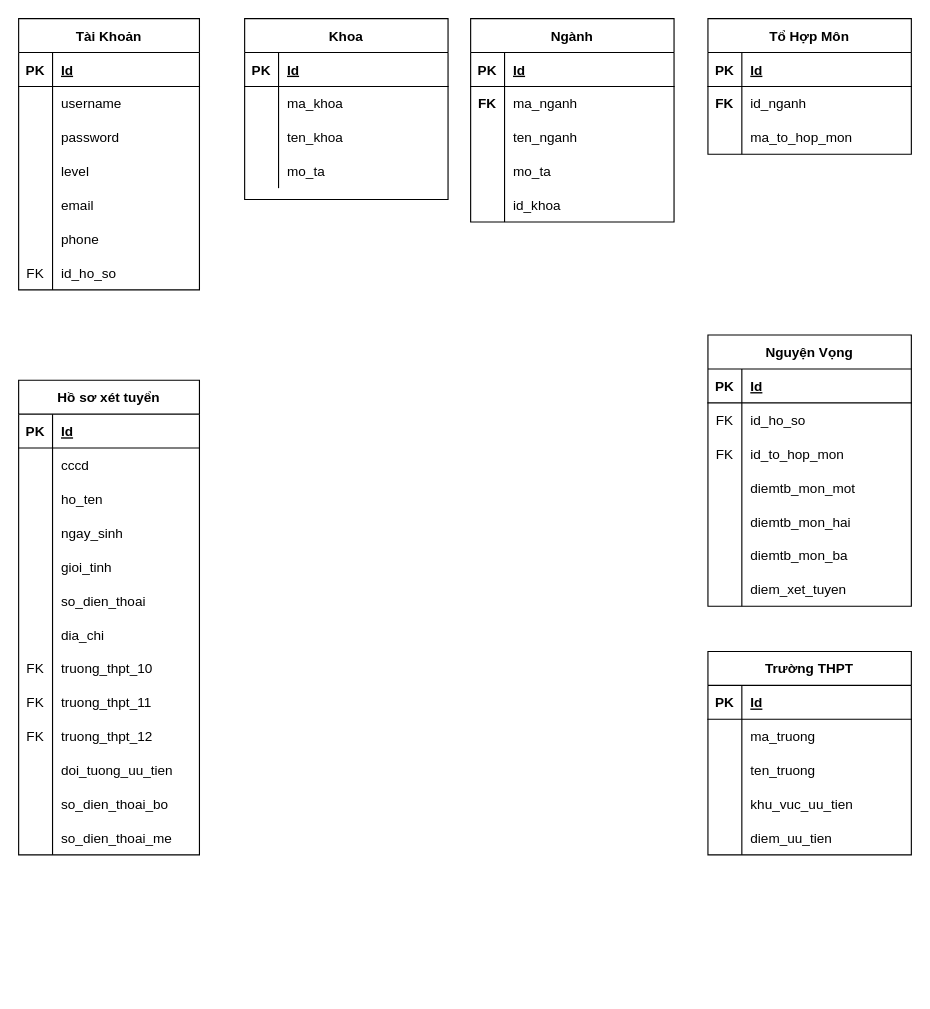
Before: page "Database" (12 of 12) of 1. Bao Cao/DATN.drawio in truongquangkhai99/TrinhVanTu_DATN, a draw.io diagram. Source tidied: cells renumbered, new cells numbered last; positions are measured from the earlier drawing's top-left corner, leaving out a move shared by most shapes. Both pictures are drawn from the tidied source at 113%, with x=0, y=0 at pixel (18, 18).
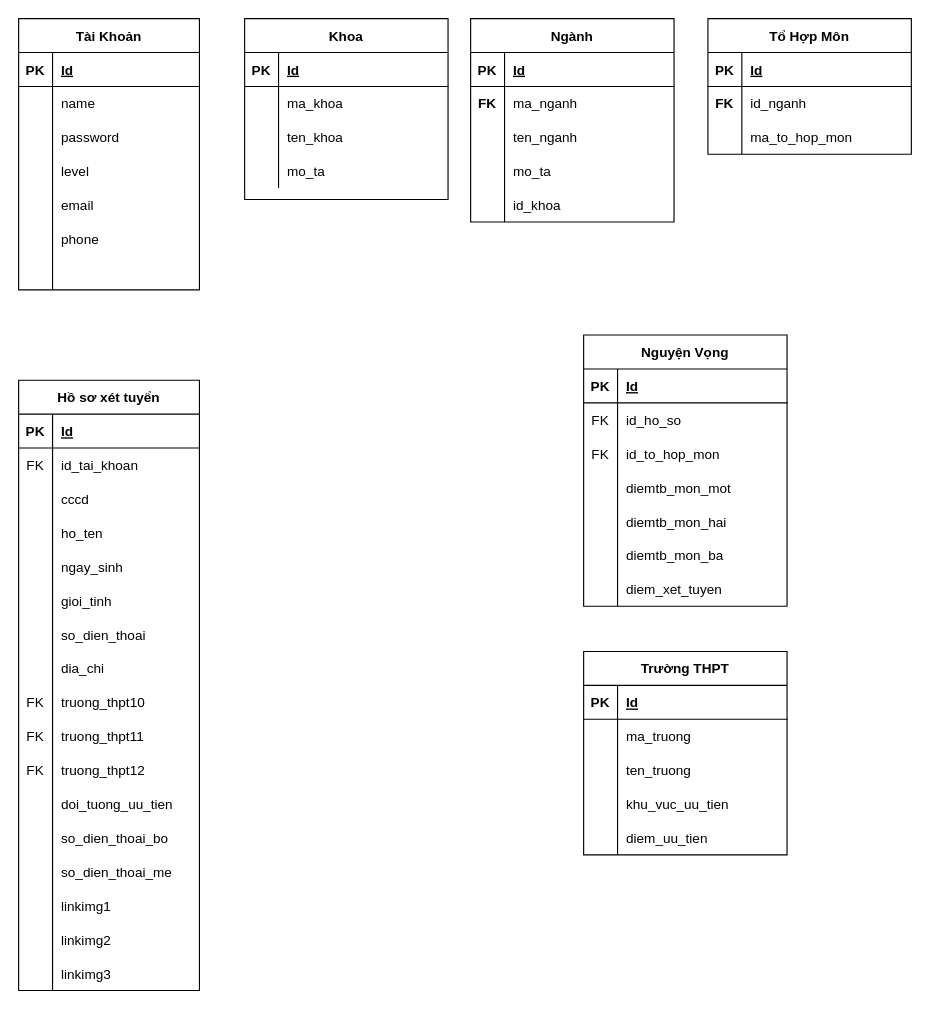
The same diagram, later.

The change refers to these unchanged cells:
```xml
<mxCell id="6" style="shape=partialRectangle;fillColor=none;top=0;left=0;bottom=0;right=0;" parent="2" vertex="1">
  <mxGeometry y="60" width="160" height="30" as="geometry" />
</mxCell>
<mxCell id="21" style="shape=partialRectangle;fillColor=none;top=0;left=0;bottom=0;right=0;" parent="2" vertex="1">
  <mxGeometry y="210" width="160" height="30" as="geometry" />
</mxCell>
<mxCell id="67" style="shape=partialRectangle;fillColor=none;top=0;left=0;bottom=0;right=0;" parent="63" vertex="1">
  <mxGeometry y="60" width="160" height="30" as="geometry" />
</mxCell>
```

What changed in the source:
```diff
@@
-    <mxCell id="8" value="username" style="shape=partialRectangle;fillColor=none;top=0;left=0;bottom=0;right=0;align=left;spacingLeft=6;overflow=hidden;" parent="6" vertex="1">
+    <mxCell id="8" value="name" style="shape=partialRectangle;fillColor=none;top=0;left=0;bottom=0;right=0;align=left;spacingLeft=6;overflow=hidden;" parent="6" vertex="1">
       <mxGeometry x="30" width="130" height="30" as="geometry" />
     </mxCell>
@@
-    <mxCell id="22" value="FK" style="shape=partialRectangle;fillColor=none;top=0;left=0;bottom=0;right=0;overflow=hidden;" parent="21" vertex="1">
+    <mxCell id="22" style="shape=partialRectangle;fillColor=none;top=0;left=0;bottom=0;right=0;overflow=hidden;" parent="21" vertex="1">
       <mxGeometry width="30" height="30" as="geometry" />
     </mxCell>
-    <mxCell id="23" value="id_ho_so" style="shape=partialRectangle;fillColor=none;top=0;left=0;bottom=0;right=0;align=left;spacingLeft=6;overflow=hidden;" parent="21" vertex="1">
+    <mxCell id="23" style="shape=partialRectangle;fillColor=none;top=0;left=0;bottom=0;right=0;align=left;spacingLeft=6;overflow=hidden;" parent="21" vertex="1">
       <mxGeometry x="30" width="130" height="30" as="geometry" />
     </mxCell>
@@
     <mxCell id="63" value="Hồ sơ xét tuyển" style="shape=table;startSize=30;childLayout=tableLayout;rowLines=0;fontStyle=1;align=center;" parent="1" vertex="1">
-      <mxGeometry y="320" width="160" height="420" as="geometry" />
+      <mxGeometry y="320" width="160" height="540" as="geometry" />
     </mxCell>
@@
-    <mxCell id="68" style="shape=partialRectangle;fillColor=none;top=0;left=0;bottom=0;right=0;overflow=hidden;" parent="67" vertex="1">
+    <mxCell id="68" value="FK" style="shape=partialRectangle;fillColor=none;top=0;left=0;bottom=0;right=0;overflow=hidden;" parent="67" vertex="1">
       <mxGeometry width="30" height="30" as="geometry" />
     </mxCell>
-    <mxCell id="69" value="cccd" style="shape=partialRectangle;fillColor=none;top=0;left=0;bottom=0;right=0;align=left;spacingLeft=6;overflow=hidden;" parent="67" vertex="1">
+    <mxCell id="69" value="id_tai_khoan" style="shape=partialRectangle;fillColor=none;top=0;left=0;bottom=0;right=0;align=left;spacingLeft=6;overflow=hidden;" parent="67" vertex="1">
       <mxGeometry x="30" width="130" height="30" as="geometry" />
     </mxCell>
+    <mxCell id="141" style="shape=partialRectangle;fillColor=none;top=0;left=0;bottom=0;right=0;" parent="63" vertex="1">
+      <mxGeometry y="90" width="160" height="30" as="geometry" />
+    </mxCell>
+    <mxCell id="142" style="shape=partialRectangle;fillColor=none;top=0;left=0;bottom=0;right=0;overflow=hidden;" parent="141" vertex="1">
+      <mxGeometry width="30" height="30" as="geometry" />
+    </mxCell>
+    <mxCell id="143" value="cccd" style="shape=partialRectangle;fillColor=none;top=0;left=0;bottom=0;right=0;align=left;spacingLeft=6;overflow=hidden;" parent="141" vertex="1">
+      <mxGeometry x="30" width="130" height="30" as="geometry" />
+    </mxCell>
     <mxCell id="70" style="shape=partialRectangle;fillColor=none;top=0;left=0;bottom=0;right=0;" parent="63" vertex="1">
-      <mxGeometry y="90" width="160" height="30" as="geometry" />
+      <mxGeometry y="120" width="160" height="30" as="geometry" />
     </mxCell>
@@
     <mxCell id="73" style="shape=partialRectangle;fillColor=none;top=0;left=0;bottom=0;right=0;" parent="63" vertex="1">
-      <mxGeometry y="120" width="160" height="30" as="geometry" />
+      <mxGeometry y="150" width="160" height="30" as="geometry" />
     </mxCell>
@@
     <mxCell id="76" style="shape=partialRectangle;fillColor=none;top=0;left=0;bottom=0;right=0;" parent="63" vertex="1">
-      <mxGeometry y="150" width="160" height="30" as="geometry" />
+      <mxGeometry y="180" width="160" height="30" as="geometry" />
     </mxCell>
@@
     <mxCell id="79" style="shape=partialRectangle;fillColor=none;top=0;left=0;bottom=0;right=0;" parent="63" vertex="1">
-      <mxGeometry y="180" width="160" height="30" as="geometry" />
+      <mxGeometry y="210" width="160" height="30" as="geometry" />
     </mxCell>
@@
     <mxCell id="82" style="shape=partialRectangle;fillColor=none;top=0;left=0;bottom=0;right=0;" parent="63" vertex="1">
-      <mxGeometry y="210" width="160" height="30" as="geometry" />
+      <mxGeometry y="240" width="160" height="30" as="geometry" />
     </mxCell>
@@
     <mxCell id="85" style="shape=partialRectangle;fillColor=none;top=0;left=0;bottom=0;right=0;" parent="63" vertex="1">
-      <mxGeometry y="240" width="160" height="30" as="geometry" />
+      <mxGeometry y="270" width="160" height="30" as="geometry" />
     </mxCell>
@@
-    <mxCell id="87" value="truong_thpt_10" style="shape=partialRectangle;fillColor=none;top=0;left=0;bottom=0;right=0;align=left;spacingLeft=6;overflow=hidden;" parent="85" vertex="1">
+    <mxCell id="87" value="truong_thpt10" style="shape=partialRectangle;fillColor=none;top=0;left=0;bottom=0;right=0;align=left;spacingLeft=6;overflow=hidden;" parent="85" vertex="1">
       <mxGeometry x="30" width="130" height="30" as="geometry" />
     </mxCell>
     <mxCell id="88" style="shape=partialRectangle;fillColor=none;top=0;left=0;bottom=0;right=0;" parent="63" vertex="1">
-      <mxGeometry y="270" width="160" height="30" as="geometry" />
+      <mxGeometry y="300" width="160" height="30" as="geometry" />
     </mxCell>
@@
-    <mxCell id="90" value="truong_thpt_11" style="shape=partialRectangle;fillColor=none;top=0;left=0;bottom=0;right=0;align=left;spacingLeft=6;overflow=hidden;" parent="88" vertex="1">
+    <mxCell id="90" value="truong_thpt11" style="shape=partialRectangle;fillColor=none;top=0;left=0;bottom=0;right=0;align=left;spacingLeft=6;overflow=hidden;" parent="88" vertex="1">
       <mxGeometry x="30" width="130" height="30" as="geometry" />
     </mxCell>
     <mxCell id="91" style="shape=partialRectangle;fillColor=none;top=0;left=0;bottom=0;right=0;" parent="63" vertex="1">
-      <mxGeometry y="300" width="160" height="30" as="geometry" />
+      <mxGeometry y="330" width="160" height="30" as="geometry" />
     </mxCell>
@@
-    <mxCell id="93" value="truong_thpt_12" style="shape=partialRectangle;fillColor=none;top=0;left=0;bottom=0;right=0;align=left;spacingLeft=6;overflow=hidden;" parent="91" vertex="1">
+    <mxCell id="93" value="truong_thpt12" style="shape=partialRectangle;fillColor=none;top=0;left=0;bottom=0;right=0;align=left;spacingLeft=6;overflow=hidden;" parent="91" vertex="1">
       <mxGeometry x="30" width="130" height="30" as="geometry" />
     </mxCell>
     <mxCell id="94" style="shape=partialRectangle;fillColor=none;top=0;left=0;bottom=0;right=0;" parent="63" vertex="1">
-      <mxGeometry y="330" width="160" height="30" as="geometry" />
+      <mxGeometry y="360" width="160" height="30" as="geometry" />
     </mxCell>
@@
     <mxCell id="97" style="shape=partialRectangle;fillColor=none;top=0;left=0;bottom=0;right=0;" parent="63" vertex="1">
-      <mxGeometry y="360" width="160" height="30" as="geometry" />
+      <mxGeometry y="390" width="160" height="30" as="geometry" />
     </mxCell>
@@
     <mxCell id="100" style="shape=partialRectangle;fillColor=none;top=0;left=0;bottom=0;right=0;" parent="63" vertex="1">
-      <mxGeometry y="390" width="160" height="30" as="geometry" />
+      <mxGeometry y="420" width="160" height="30" as="geometry" />
     </mxCell>
@@
+    <mxCell id="144" style="shape=partialRectangle;fillColor=none;top=0;left=0;bottom=0;right=0;" parent="63" vertex="1">
+      <mxGeometry y="450" width="160" height="30" as="geometry" />
+    </mxCell>
+    <mxCell id="145" style="shape=partialRectangle;fillColor=none;top=0;left=0;bottom=0;right=0;overflow=hidden;" parent="144" vertex="1">
+      <mxGeometry width="30" height="30" as="geometry" />
+    </mxCell>
+    <mxCell id="146" value="linkimg1" style="shape=partialRectangle;fillColor=none;top=0;left=0;bottom=0;right=0;align=left;spacingLeft=6;overflow=hidden;" parent="144" vertex="1">
+      <mxGeometry x="30" width="130" height="30" as="geometry" />
+    </mxCell>
+    <mxCell id="147" style="shape=partialRectangle;fillColor=none;top=0;left=0;bottom=0;right=0;" parent="63" vertex="1">
+      <mxGeometry y="480" width="160" height="30" as="geometry" />
+    </mxCell>
+    <mxCell id="148" style="shape=partialRectangle;fillColor=none;top=0;left=0;bottom=0;right=0;overflow=hidden;" parent="147" vertex="1">
+      <mxGeometry width="30" height="30" as="geometry" />
+    </mxCell>
+    <mxCell id="149" value="linkimg2" style="shape=partialRectangle;fillColor=none;top=0;left=0;bottom=0;right=0;align=left;spacingLeft=6;overflow=hidden;" parent="147" vertex="1">
+      <mxGeometry x="30" width="130" height="30" as="geometry" />
+    </mxCell>
+    <mxCell id="150" style="shape=partialRectangle;fillColor=none;top=0;left=0;bottom=0;right=0;" parent="63" vertex="1">
+      <mxGeometry y="510" width="160" height="30" as="geometry" />
+    </mxCell>
+    <mxCell id="151" style="shape=partialRectangle;fillColor=none;top=0;left=0;bottom=0;right=0;overflow=hidden;" parent="150" vertex="1">
+      <mxGeometry width="30" height="30" as="geometry" />
+    </mxCell>
+    <mxCell id="152" value="linkimg3" style="shape=partialRectangle;fillColor=none;top=0;left=0;bottom=0;right=0;align=left;spacingLeft=6;overflow=hidden;" parent="150" vertex="1">
+      <mxGeometry x="30" width="130" height="30" as="geometry" />
+    </mxCell>
     <mxCell id="103" value="Nguyện Vọng" style="shape=table;startSize=30;childLayout=tableLayout;rowLines=0;fontStyle=1;align=center;" parent="1" vertex="1">
-      <mxGeometry x="610" y="280" width="180" height="240" as="geometry" />
+      <mxGeometry x="500" y="280" width="180" height="240" as="geometry" />
     </mxCell>
@@
     <mxCell id="125" value="Trường THPT" style="shape=table;startSize=30;childLayout=tableLayout;rowLines=0;fontStyle=1;align=center;" parent="1" vertex="1">
-      <mxGeometry x="610" y="560" width="180" height="180" as="geometry" />
+      <mxGeometry x="500" y="560" width="180" height="180" as="geometry" />
     </mxCell>
```
